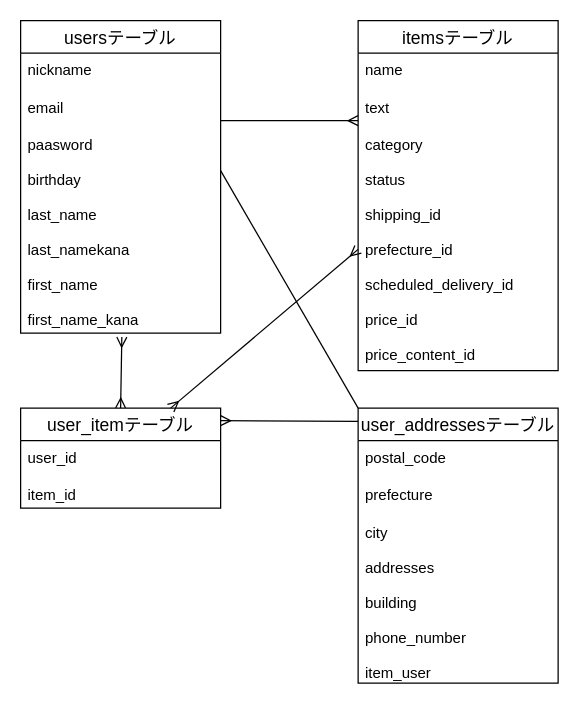
Above: furima.dio in ryusue1222/furima-33336 (draw.io), before the change. Source tidied: cells renumbered, new cells numbered last; positions are measured from the earlier drawing's top-left corner, leaving out a move shared by most shapes. Both pictures are drawn from the tidied source at 125%, with x=0, y=0 at pixel (20, 20).
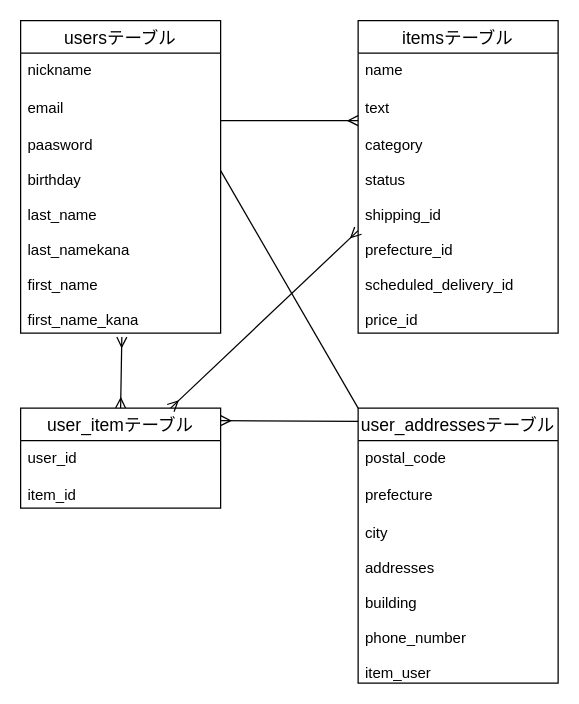
Above is the later version.

What changed in the source:
```diff
@@
     <mxCell id="6" value="itemsテーブル" style="swimlane;fontStyle=0;horizontal=1;startSize=26;align=center;fontSize=14;" parent="1" vertex="1">
-      <mxGeometry x="270" width="160" height="280" as="geometry" />
+      <mxGeometry x="270" width="160" height="250" as="geometry" />
     </mxCell>
@@
-    <mxCell id="9" value="category&#10;&#10;status&#10;&#10;shipping_id&#10;&#10;prefecture_id&#10;&#10;scheduled_delivery_id &#10;&#10;price_id&#10;&#10;price_content_id" style="text;strokeColor=none;fillColor=none;spacingLeft=4;spacingRight=4;overflow=hidden;points=[[0,0.5],[1,0.5]];portConstraint=eastwest;fontSize=12;" parent="6" vertex="1">
-      <mxGeometry y="86" width="160" height="194" as="geometry" />
+    <mxCell id="9" value="category&#10;&#10;status&#10;&#10;shipping_id&#10;&#10;prefecture_id&#10;&#10;scheduled_delivery_id &#10;&#10;price_id" style="text;strokeColor=none;fillColor=none;spacingLeft=4;spacingRight=4;overflow=hidden;points=[[0,0.5],[1,0.5]];portConstraint=eastwest;fontSize=12;" parent="6" vertex="1">
+      <mxGeometry y="86" width="160" height="164" as="geometry" />
     </mxCell>
```
